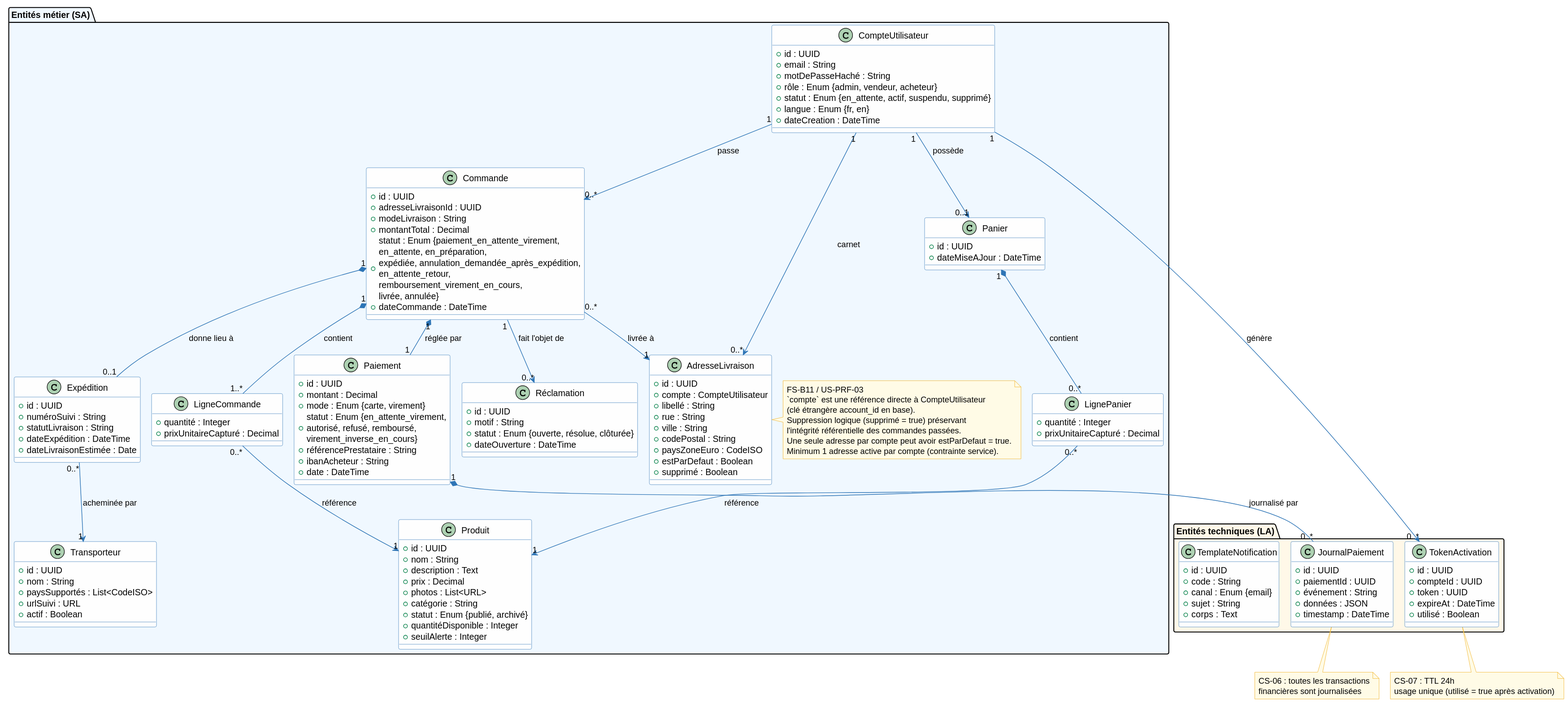
Earlier version of the PlantUML export architecture/03-logical-architecture/diagrams/la-classes.svg (louistalvande/online_shop).
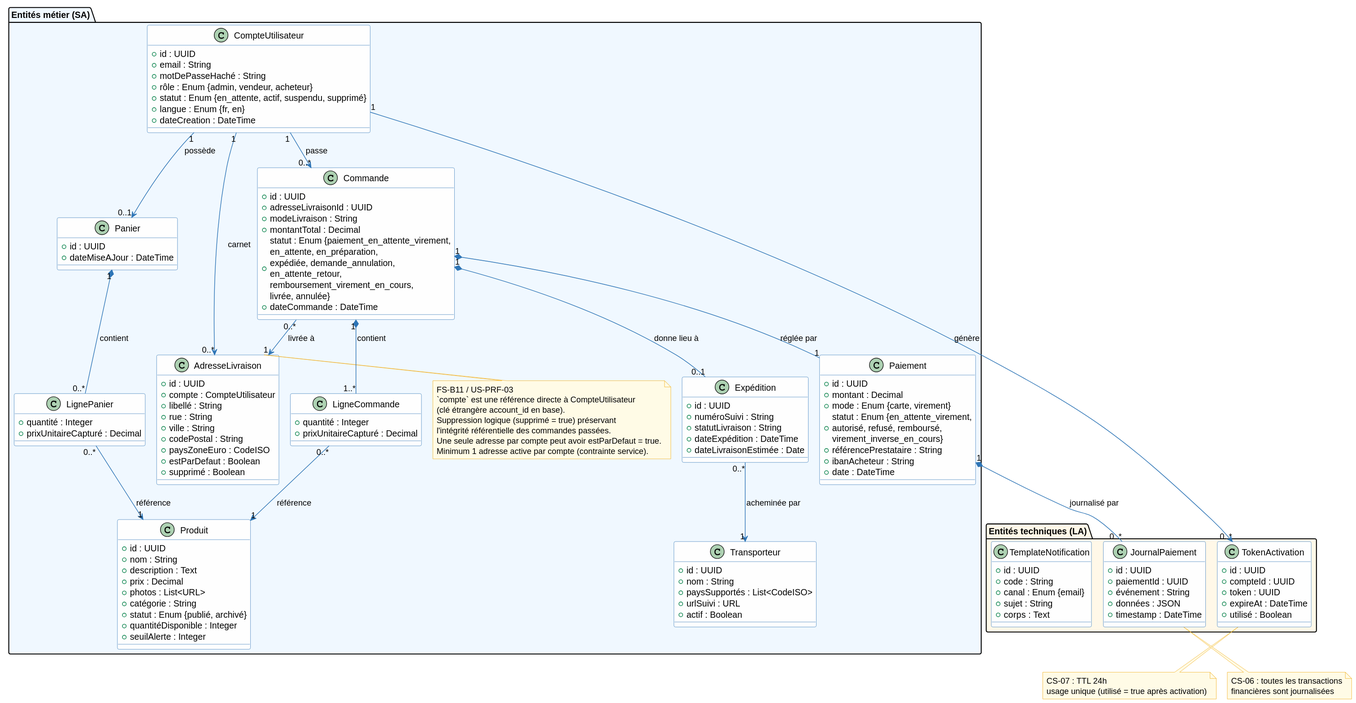
After the commit.

Diff of the diagram source:
```diff
@@ -65,7 +65,7 @@
     + adresseLivraisonId : UUID
     + modeLivraison : String
     + montantTotal : Decimal
-    + statut : Enum {paiement_en_attente_virement,\nen_attente, en_préparation,\nexpédiée, annulation_demandée_après_expédition,\nen_attente_retour,\nremboursement_virement_en_cours,\nlivrée, annulée}
+    + statut : Enum {paiement_en_attente_virement,\nen_attente, en_préparation,\nexpédiée, demande_annulation,\nen_attente_retour,\nremboursement_virement_en_cours,\nlivrée, annulée}
     + dateCommande : DateTime
   }
 
@@ -100,12 +100,6 @@
     + actif : Boolean
   }
 
-  class Réclamation {
-    + id : UUID
-    + motif : String
-    + statut : Enum {ouverte, résolue, clôturée}
-    + dateOuverture : DateTime
-  }
 }
 
 package "Entités techniques (LA)" #FFF8E8 {
@@ -146,7 +140,6 @@
 LigneCommande "0..*" --> "1" Produit : référence
 Commande "1" *-- "1" Paiement : réglée par
 Commande "1" *-- "0..1" Expédition : donne lieu à
-Commande "1" --> "0..*" Réclamation : fait l'objet de
 Expédition "0..*" --> "1" Transporteur : acheminée par
 Paiement "1" *-- "0..*" JournalPaiement : journalisé par
 
```
